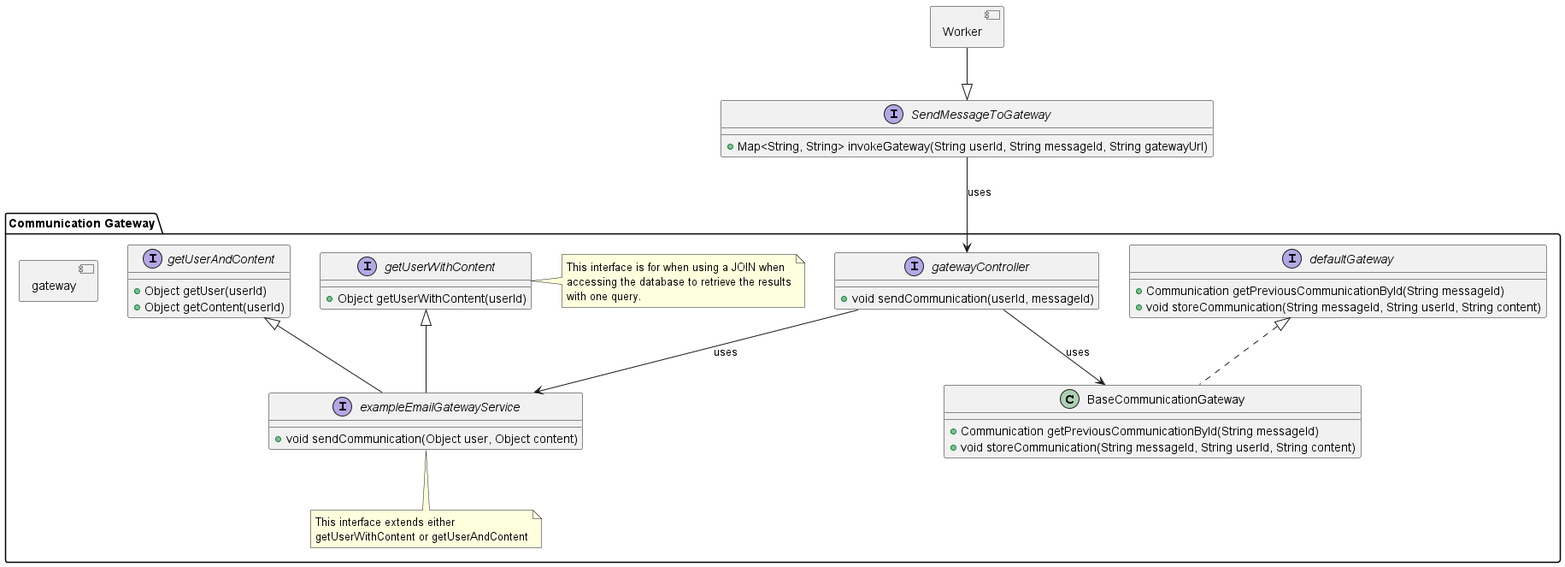
Above: Designs/Images/System Context/Components/GatewayInterfaces.png in CameronWard301/communication_scheduler (PlantUML), before the change.
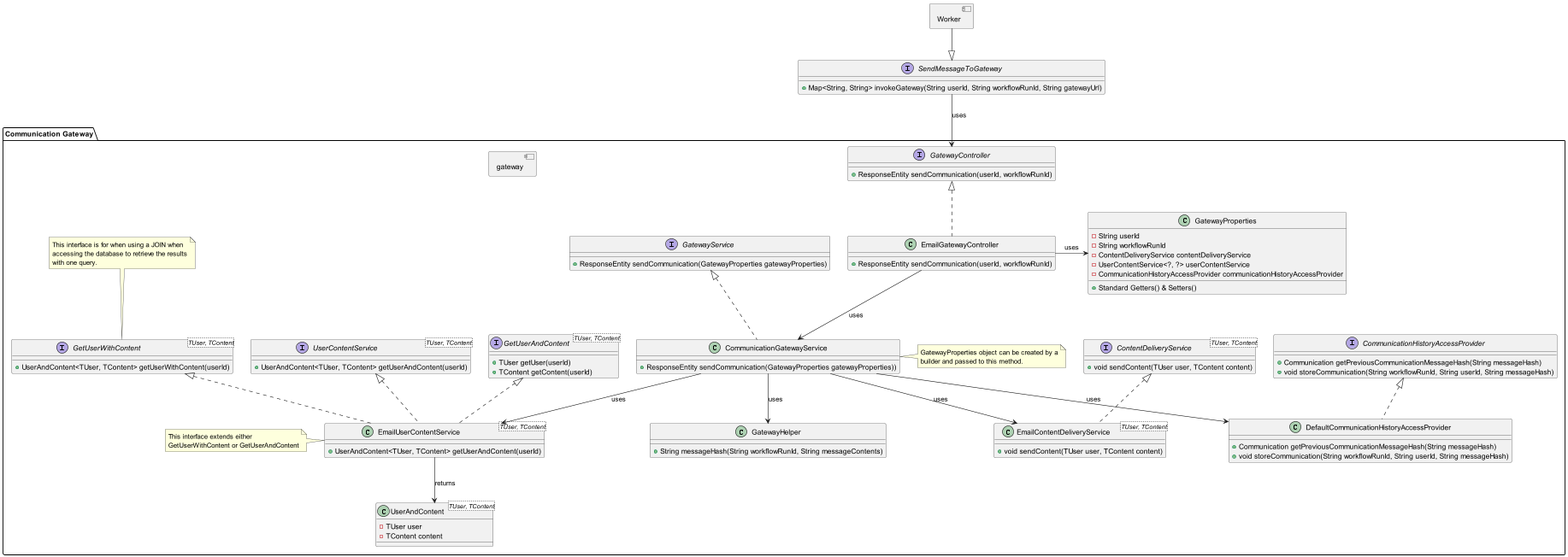
After the commit.

Commit message:
Added better functionality to the gateway interfaces

Diff of the diagram source:
```diff
@@ -4,7 +4,7 @@
 }
 
 interface SendMessageToGateway {
-    + Map<String, String> invokeGateway(String userId, String messageId, String gatewayUrl)
+    + Map<String, String> invokeGateway(String userId, String workflowRunId, String gatewayUrl)
 }
 
 package "Communication Gateway" as communicationGateway {
@@ -12,49 +12,100 @@
 
     }
 
-    interface defaultGateway {
-        + Communication getPreviousCommunicationById(String messageId)
-        + void storeCommunication(String messageId, String userId, String content)
+
+    class GatewayHelper {
+        + String messageHash(String workflowRunId, String messageContents)
     }
 
-    interface gatewayController {
-        + void sendCommunication(userId, messageId)
+    interface CommunicationHistoryAccessProvider {
+        + Communication getPreviousCommunicationMessageHash(String messageHash)
+        + void storeCommunication(String workflowRunId, String userId, String messageHash)
     }
 
-    interface getUserWithContent {
-        + Object getUserWithContent(userId)
+    class DefaultCommunicationHistoryAccessProvider implements CommunicationHistoryAccessProvider {
+        + Communication getPreviousCommunicationMessageHash(String messageHash)
+        + void storeCommunication(String workflowRunId, String userId, String messageHash)
     }
-    note right of getUserWithContent
+
+    interface GatewayController {
+        + ResponseEntity sendCommunication(userId, workflowRunId)
+    }
+
+    class EmailGatewayController implements GatewayController {
+        + ResponseEntity sendCommunication(userId, workflowRunId)
+    }
+
+    class GatewayProperties {
+        - String userId
+        - String workflowRunId
+        - ContentDeliveryService contentDeliveryService
+        - UserContentService<?, ?> userContentService
+        - CommunicationHistoryAccessProvider communicationHistoryAccessProvider
+        + Standard Getters() & Setters()
+    }
+
+    interface GatewayService {
+        + ResponseEntity sendCommunication(GatewayProperties gatewayProperties)
+    }
+
+    class CommunicationGatewayService implements GatewayService{
+        + ResponseEntity sendCommunication(GatewayProperties gatewayProperties))
+    }
+    note right of CommunicationGatewayService
+        GatewayProperties object can be created by a
+        builder and passed to this method.
+    end note
+
+    interface GetUserWithContent <TUser, TContent> {
+        + UserAndContent<TUser, TContent> getUserWithContent(userId)
+    }
+    note top of GetUserWithContent
             This interface is for when using a JOIN when
             accessing the database to retrieve the results
             with one query.
         end note
 
-    interface getUserAndContent {
-        + Object getUser(userId)
-        + Object getContent(userId)
+    interface GetUserAndContent <TUser, TContent> {
+        + TUser getUser(userId)
+        + TContent getContent(userId)
     }
 
-
-    interface exampleEmailGatewayService extends getUserWithContent, getUserAndContent {
-        + void sendCommunication(Object user, Object content)
+    class UserAndContent <TUser, TContent> {
+        - TUser user
+        - TContent content
     }
 
-   note bottom of exampleEmailGatewayService
+    interface UserContentService <TUser, TContent> {
+        + UserAndContent<TUser, TContent> getUserAndContent(userId)
+    }
+
+    class EmailUserContentService <TUser, TContent> implements UserContentService, GetUserWithContent, GetUserAndContent {
+        + UserAndContent<TUser, TContent> getUserAndContent(userId)
+    }
+
+    interface ContentDeliveryService <TUser, TContent> {
+        + void sendContent(TUser user, TContent content)
+    }
+
+    class EmailContentDeliveryService <TUser, TContent> implements ContentDeliveryService {
+        + void sendContent(TUser user, TContent content)
+    }
+
+   note left of EmailUserContentService
         This interface extends either
-        getUserWithContent or getUserAndContent
+        GetUserWithContent or GetUserAndContent
    end note
 
-   class BaseCommunicationGateway implements defaultGateway{
-        + Communication getPreviousCommunicationById(String messageId)
-        + void storeCommunication(String messageId, String userId, String content)
-   }
 
-
-    gatewayController --> exampleEmailGatewayService: uses
-    gatewayController --> BaseCommunicationGateway: uses
+    CommunicationGatewayService --> EmailContentDeliveryService: uses
+    CommunicationGatewayService --> EmailUserContentService: uses
+    CommunicationGatewayService --> DefaultCommunicationHistoryAccessProvider: uses
+    CommunicationGatewayService --> GatewayHelper: uses
+    EmailGatewayController --> CommunicationGatewayService: uses
+    EmailGatewayController -> GatewayProperties: uses
     Worker --|> SendMessageToGateway
-    SendMessageToGateway --> gatewayController: uses
+    SendMessageToGateway --> GatewayController: uses
+    EmailUserContentService --> UserAndContent: returns
 }
 
 
```
